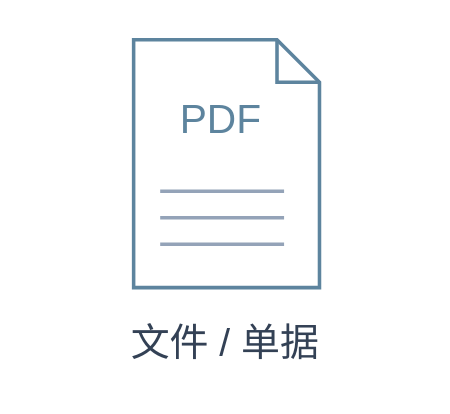
Earlier version of the draw.io diagram assets/components/document.drawio (henry867/drawio-visuals-skill). Source tidied: cells renumbered, new cells numbered last; positions are measured from the earlier drawing's top-left corner, leaving out a move shared by most shapes. Both pictures are drawn from the tidied source at 177%, with x=0, y=0 at pixel (30, 30).
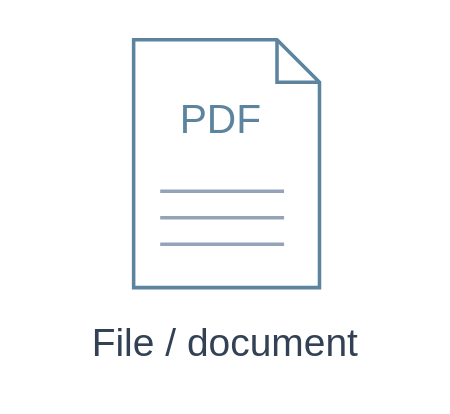
The same diagram, later.

What changed in the source:
```diff
@@
 <mxGraphModel background="#FFFFFF">
   <root>
     <mxCell id="0" />
     <mxCell id="1" parent="0" />
     <mxCell id="2" style="group;" parent="1" vertex="1">
       <mxGeometry width="220" height="200" as="geometry" />
     </mxCell>
     <mxCell id="3" style="html=1;whiteSpace=wrap;fontFamily=Helvetica;fontSize=20;fontColor=#334155;shape=note;size=24;fillColor=#FFFFFF;strokeColor=#5D849E;strokeWidth=2;" parent="2" vertex="1">
       <mxGeometry x="58" y="5" width="105" height="140" as="geometry" />
     </mxCell>
     <mxCell id="4" value="PDF" style="html=1;whiteSpace=wrap;fontFamily=Helvetica;fontSize=20;fontColor=#334155;text;fillColor=none;strokeColor=none;align=center;verticalAlign=middle;fontSize=23;fontColor=#5D849E;" parent="3" vertex="1">
       <mxGeometry x="12" y="30" width="75" height="30" as="geometry" />
     </mxCell>
     <mxCell id="5" style="html=1;whiteSpace=wrap;fontFamily=Helvetica;fontSize=20;fontColor=#334155;shape=line;strokeColor=#94A3B8;strokeWidth=2;" parent="3" vertex="1">
       <mxGeometry x="15" y="85" width="70" height="1" as="geometry" />
     </mxCell>
     <mxCell id="6" style="html=1;whiteSpace=wrap;fontFamily=Helvetica;fontSize=20;fontColor=#334155;shape=line;strokeColor=#94A3B8;strokeWidth=2;" parent="3" vertex="1">
       <mxGeometry x="15" y="100" width="70" height="1" as="geometry" />
     </mxCell>
     <mxCell id="7" style="html=1;whiteSpace=wrap;fontFamily=Helvetica;fontSize=20;fontColor=#334155;shape=line;strokeColor=#94A3B8;strokeWidth=2;" parent="3" vertex="1">
       <mxGeometry x="15" y="115" width="70" height="1" as="geometry" />
     </mxCell>
-    <mxCell id="8" value="文件 / 单据" style="html=1;whiteSpace=wrap;fontFamily=Helvetica;fontSize=20;fontColor=#334155;text;fillColor=none;strokeColor=none;align=center;verticalAlign=middle;fontSize=22;fontColor=#334155;" parent="2" vertex="1">
+    <mxCell id="8" value="File / document" style="html=1;whiteSpace=wrap;fontFamily=Helvetica;fontSize=20;fontColor=#334155;text;fillColor=none;strokeColor=none;align=center;verticalAlign=middle;fontSize=22;fontColor=#334155;" parent="2" vertex="1">
       <mxGeometry y="161" width="220" height="32" as="geometry" />
     </mxCell>
   </root>
 </mxGraphModel>
```
